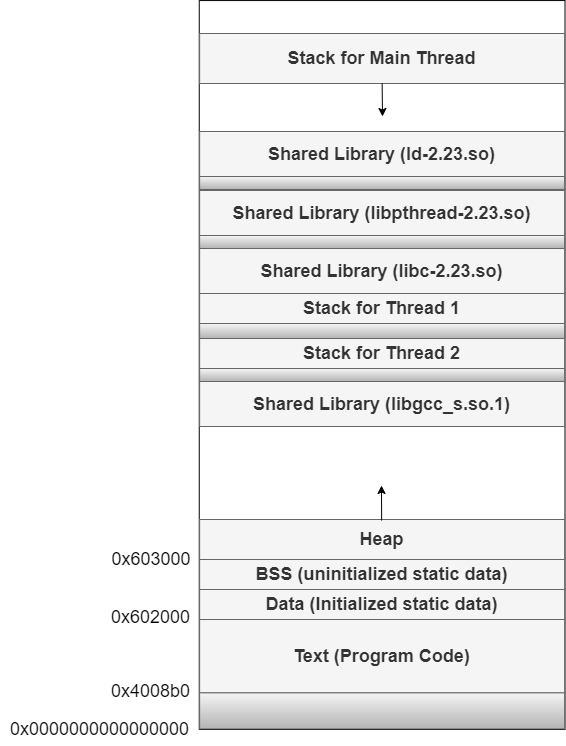
This is project1/Virtual_Memory_Layout.drawio.png from sShaAanGg/Linux-OS-projects, a draw.io export, as it was before one commit. Source tidied: cells renumbered, new cells last; positions are measured from the earlier drawing's top-left corner, leaving out a move shared by most shapes.
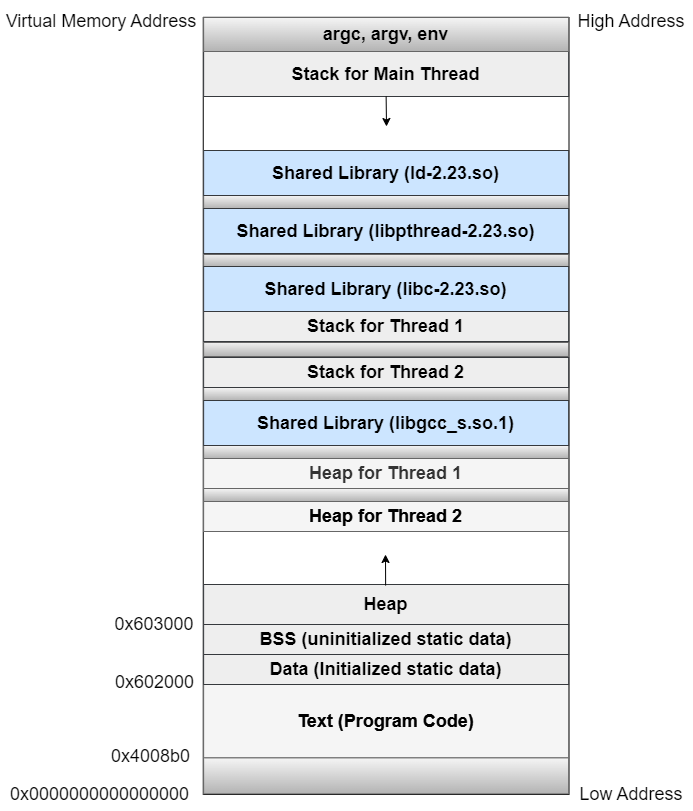
Above is the later version.

The edit, as a diff of the source:
```diff
@@ -3,78 +3,175 @@
     <mxCell id="0" />
     <mxCell id="1" parent="0" />
     <mxCell id="2" style="rounded=0;whiteSpace=wrap;html=1;rotation=90;" parent="1" vertex="1">
-      <mxGeometry x="17.2" y="148.7" width="728.9" height="365.8" as="geometry" />
+      <mxGeometry x="-22" y="190.5" width="777.2" height="365.8" as="geometry" />
     </mxCell>
     <mxCell id="3" value="&lt;h4&gt;Text (Program Code)&lt;/h4&gt;" style="text;html=1;align=center;verticalAlign=middle;whiteSpace=wrap;rounded=0;fontSize=18;fillColor=#f5f5f5;fontColor=#333333;strokeColor=#666666;" parent="1" vertex="1">
-      <mxGeometry x="199.1" y="586" width="365" height="73.4" as="geometry" />
+      <mxGeometry x="184.1" y="652" width="365" height="73.4" as="geometry" />
     </mxCell>
     <mxCell id="4" value="0x0000000000000000" style="text;html=1;strokeColor=none;fillColor=none;align=center;verticalAlign=middle;whiteSpace=wrap;rounded=0;fontFamily=Helvetica;fontSize=18;" parent="1" vertex="1">
-      <mxGeometry x="0.3" y="681" width="198.9" height="30" as="geometry" />
+      <mxGeometry x="-19.4" y="747" width="198.9" height="30" as="geometry" />
     </mxCell>
     <mxCell id="5" value="0x4008b0" style="text;html=1;strokeColor=none;fillColor=none;align=center;verticalAlign=middle;whiteSpace=wrap;rounded=0;fontFamily=Helvetica;fontSize=18;" parent="1" vertex="1">
-      <mxGeometry x="102.1" y="643" width="97" height="30" as="geometry" />
+      <mxGeometry x="82.5" y="709" width="97" height="30" as="geometry" />
     </mxCell>
-    <mxCell id="6" value="&lt;h4&gt;Stack for Main Thread&lt;/h4&gt;" style="text;html=1;align=center;verticalAlign=middle;whiteSpace=wrap;rounded=0;fontSize=18;fillColor=#f5f5f5;fontColor=#333333;strokeColor=#666666;" parent="1" vertex="1">
-      <mxGeometry x="199.1" width="365" height="50" as="geometry" />
+    <mxCell id="6" value="&lt;h4&gt;Stack for Main Thread&lt;/h4&gt;" style="text;html=1;align=center;verticalAlign=middle;whiteSpace=wrap;rounded=0;fontSize=18;fillColor=#eeeeee;strokeColor=#36393d;" parent="1" vertex="1">
+      <mxGeometry x="184.1" y="19" width="365" height="45" as="geometry" />
     </mxCell>
-    <mxCell id="7" value="&lt;h4&gt;Heap&lt;/h4&gt;" style="text;html=1;align=center;verticalAlign=middle;whiteSpace=wrap;rounded=0;fontSize=18;fillColor=#f5f5f5;fontColor=#333333;strokeColor=#666666;" parent="1" vertex="1">
-      <mxGeometry x="199.1" y="486" width="365" height="40" as="geometry" />
+    <mxCell id="7" value="&lt;h4&gt;Heap&lt;/h4&gt;" style="text;html=1;align=center;verticalAlign=middle;whiteSpace=wrap;rounded=0;fontSize=18;fillColor=#eeeeee;strokeColor=#36393d;" parent="1" vertex="1">
+      <mxGeometry x="184.1" y="552" width="365" height="40" as="geometry" />
     </mxCell>
     <mxCell id="8" style="endArrow=classic;html=1;rounded=0;fontFamily=Helvetica;fontSize=18;" parent="1" edge="1">
       <mxGeometry relative="1" as="geometry">
-        <mxPoint x="381.1" y="487" as="sourcePoint" />
-        <mxPoint x="381" y="452" as="targetPoint" />
+        <mxPoint x="366.1" y="553" as="sourcePoint" />
+        <mxPoint x="366" y="522" as="targetPoint" />
       </mxGeometry>
     </mxCell>
     <mxCell id="9" value="0x603000" style="text;html=1;strokeColor=none;fillColor=none;align=center;verticalAlign=middle;whiteSpace=wrap;rounded=0;fontFamily=Helvetica;fontSize=18;" parent="1" vertex="1">
-      <mxGeometry x="105.6" y="511" width="90" height="30" as="geometry" />
+      <mxGeometry x="89.5" y="577" width="90" height="30" as="geometry" />
     </mxCell>
-    <mxCell id="10" style="endArrow=classic;html=1;rounded=0;fontFamily=Helvetica;fontSize=18;exitX=0.5;exitY=1;exitDx=0;exitDy=0;" parent="1" edge="1" source="6">
+    <mxCell id="10" style="endArrow=classic;html=1;rounded=0;fontFamily=Helvetica;fontSize=18;exitX=0.5;exitY=1;exitDx=0;exitDy=0;" parent="1" edge="1">
       <mxGeometry relative="1" as="geometry">
-        <mxPoint x="382" y="83" as="targetPoint" />
+        <mxPoint x="366.6" y="64" as="sourcePoint" />
+        <mxPoint x="367" y="94" as="targetPoint" />
       </mxGeometry>
     </mxCell>
     <mxCell id="11" value="&lt;h4&gt;Shared Library (libgcc_s.so.1)&lt;/h4&gt;" style="text;html=1;align=center;verticalAlign=middle;whiteSpace=wrap;rounded=0;fontSize=18;fillColor=#f5f5f5;fontColor=#333333;strokeColor=#666666;" parent="1" vertex="1">
-      <mxGeometry x="199.1" y="348" width="365" height="45" as="geometry" />
+      <mxGeometry x="184.1" y="368" width="365" height="45" as="geometry" />
     </mxCell>
     <mxCell id="12" value="&lt;h4&gt;Shared Library (libc-2.23.so)&lt;br&gt;&lt;/h4&gt;" style="text;html=1;align=center;verticalAlign=middle;whiteSpace=wrap;rounded=0;fontSize=18;fillColor=#f5f5f5;fontColor=#333333;strokeColor=#666666;" parent="1" vertex="1">
-      <mxGeometry x="199.1" y="215" width="365" height="45" as="geometry" />
+      <mxGeometry x="184.1" y="234" width="365" height="45" as="geometry" />
     </mxCell>
     <mxCell id="13" value="&lt;h4&gt;Shared Library (libpthread-2.23.so)&lt;br&gt;&lt;/h4&gt;" style="text;html=1;align=center;verticalAlign=middle;whiteSpace=wrap;rounded=0;fontSize=18;fillColor=#f5f5f5;fontColor=#333333;strokeColor=#666666;" parent="1" vertex="1">
-      <mxGeometry x="199.1" y="157" width="365" height="45" as="geometry" />
+      <mxGeometry x="184.1" y="177" width="365" height="45" as="geometry" />
     </mxCell>
     <mxCell id="14" value="&lt;h4&gt;Shared Library (ld-2.23.so)&lt;br&gt;&lt;/h4&gt;" style="text;html=1;align=center;verticalAlign=middle;whiteSpace=wrap;rounded=0;fontSize=18;fillColor=#f5f5f5;fontColor=#333333;strokeColor=#666666;" parent="1" vertex="1">
-      <mxGeometry x="199.1" y="98" width="365" height="45" as="geometry" />
+      <mxGeometry x="184.1" y="118" width="365" height="45" as="geometry" />
     </mxCell>
-    <mxCell id="15" value="&lt;h4&gt;Data (Initialized static data)&lt;/h4&gt;" style="text;html=1;align=center;verticalAlign=middle;whiteSpace=wrap;rounded=0;fontSize=18;fillColor=#f5f5f5;fontColor=#333333;strokeColor=#666666;" parent="1" vertex="1">
-      <mxGeometry x="199.1" y="556" width="365" height="30" as="geometry" />
+    <mxCell id="15" value="&lt;h4&gt;Data (Initialized static data)&lt;/h4&gt;" style="text;html=1;align=center;verticalAlign=middle;whiteSpace=wrap;rounded=0;fontSize=18;fillColor=#eeeeee;strokeColor=#36393d;" parent="1" vertex="1">
+      <mxGeometry x="184.1" y="622" width="365" height="30" as="geometry" />
     </mxCell>
     <mxCell id="16" value="0x602000" style="text;html=1;strokeColor=none;fillColor=none;align=center;verticalAlign=middle;whiteSpace=wrap;rounded=0;fontFamily=Helvetica;fontSize=18;" parent="1" vertex="1">
-      <mxGeometry x="105.6" y="569" width="88.9" height="30" as="geometry" />
+      <mxGeometry x="90.6" y="635" width="88.9" height="30" as="geometry" />
     </mxCell>
     <mxCell id="17" value="&lt;h4&gt;BSS (uninitialized static data)&lt;/h4&gt;" style="text;html=1;align=center;verticalAlign=middle;whiteSpace=wrap;rounded=0;fontSize=18;fillColor=#f5f5f5;fontColor=#333333;strokeColor=#666666;" parent="1" vertex="1">
-      <mxGeometry x="199.1" y="526" width="365" height="30" as="geometry" />
+      <mxGeometry x="184.1" y="592" width="365" height="30" as="geometry" />
     </mxCell>
     <mxCell id="18" value="&lt;h4&gt;Stack for Thread 1&lt;/h4&gt;" style="text;html=1;align=center;verticalAlign=middle;whiteSpace=wrap;rounded=0;fontSize=18;fillColor=#f5f5f5;fontColor=#333333;strokeColor=#666666;" parent="1" vertex="1">
-      <mxGeometry x="199.1" y="260" width="365" height="30" as="geometry" />
+      <mxGeometry x="184.1" y="280" width="365" height="30" as="geometry" />
     </mxCell>
     <mxCell id="19" value="&lt;h4&gt;Stack for Thread 2&lt;/h4&gt;" style="text;html=1;align=center;verticalAlign=middle;whiteSpace=wrap;rounded=0;fontSize=18;fillColor=#f5f5f5;fontColor=#333333;strokeColor=#666666;" parent="1" vertex="1">
-      <mxGeometry x="199.1" y="305" width="365" height="30" as="geometry" />
+      <mxGeometry x="184.1" y="325" width="365" height="30" as="geometry" />
     </mxCell>
     <mxCell id="20" value="&lt;h4&gt;&lt;br&gt;&lt;/h4&gt;" style="text;html=1;align=center;verticalAlign=middle;whiteSpace=wrap;rounded=0;fontSize=18;fillColor=#f5f5f5;strokeColor=#666666;gradientColor=#b3b3b3;" parent="1" vertex="1">
-      <mxGeometry x="199.1" y="659.4" width="365" height="36" as="geometry" />
+      <mxGeometry x="184.1" y="725.4" width="365" height="36" as="geometry" />
     </mxCell>
     <mxCell id="21" value="&lt;h4&gt;&lt;br&gt;&lt;/h4&gt;" style="text;html=1;align=center;verticalAlign=middle;whiteSpace=wrap;rounded=0;fontSize=18;fillColor=#f5f5f5;strokeColor=#666666;gradientColor=#b3b3b3;" parent="1" vertex="1">
-      <mxGeometry x="199.1" y="335" width="365" height="13" as="geometry" />
+      <mxGeometry x="184.1" y="355" width="365" height="13" as="geometry" />
     </mxCell>
     <mxCell id="22" value="&lt;h4&gt;&lt;br&gt;&lt;/h4&gt;" style="text;html=1;align=center;verticalAlign=middle;whiteSpace=wrap;rounded=0;fontSize=18;fillColor=#f5f5f5;strokeColor=#666666;gradientColor=#b3b3b3;" parent="1" vertex="1">
-      <mxGeometry x="199.1" y="290" width="365" height="15" as="geometry" />
+      <mxGeometry x="184.1" y="309" width="365" height="15" as="geometry" />
     </mxCell>
     <mxCell id="23" value="&lt;h4&gt;&lt;br&gt;&lt;/h4&gt;" style="text;html=1;align=center;verticalAlign=middle;whiteSpace=wrap;rounded=0;fontSize=18;fillColor=#f5f5f5;strokeColor=#666666;gradientColor=#b3b3b3;" parent="1" vertex="1">
-      <mxGeometry x="199.1" y="202" width="365" height="13" as="geometry" />
+      <mxGeometry x="184.1" y="221" width="365" height="13" as="geometry" />
     </mxCell>
     <mxCell id="24" value="&lt;h4&gt;&lt;br&gt;&lt;/h4&gt;" style="text;html=1;align=center;verticalAlign=middle;whiteSpace=wrap;rounded=0;fontSize=18;fillColor=#f5f5f5;strokeColor=#666666;gradientColor=#b3b3b3;" parent="1" vertex="1">
-      <mxGeometry x="199.1" y="143" width="365" height="13" as="geometry" />
+      <mxGeometry x="184.1" y="163" width="365" height="13" as="geometry" />
     </mxCell>
+    <mxCell id="25" value="&lt;h4&gt;argc, argv, env&lt;/h4&gt;" style="text;html=1;align=center;verticalAlign=middle;whiteSpace=wrap;rounded=0;fontSize=18;fillColor=#f5f5f5;strokeColor=#666666;gradientColor=#b3b3b3;" parent="1" vertex="1">
+      <mxGeometry x="184.1" y="-15" width="365" height="34" as="geometry" />
+    </mxCell>
+    <mxCell id="26" value="&lt;h4&gt;Heap for Thread 1&lt;/h4&gt;" style="text;html=1;align=center;verticalAlign=middle;whiteSpace=wrap;rounded=0;fontSize=18;fillColor=#f5f5f5;fontColor=#333333;strokeColor=#666666;" parent="1" vertex="1">
+      <mxGeometry x="184.1" y="426" width="365" height="30" as="geometry" />
+    </mxCell>
+    <mxCell id="27" value="&lt;h4&gt;Heap for Thread 2&lt;/h4&gt;" style="text;html=1;align=center;verticalAlign=middle;whiteSpace=wrap;rounded=0;fontSize=18;fillColor=#f5f5f5;fontColor=#333333;strokeColor=#666666;" parent="1" vertex="1">
+      <mxGeometry x="184.1" y="469" width="365" height="30" as="geometry" />
+    </mxCell>
+    <mxCell id="28" value="&lt;h4&gt;&lt;br&gt;&lt;/h4&gt;" style="text;html=1;align=center;verticalAlign=middle;whiteSpace=wrap;rounded=0;fontSize=18;fillColor=#f5f5f5;strokeColor=#666666;gradientColor=#b3b3b3;" parent="1" vertex="1">
+      <mxGeometry x="184.1" y="413" width="365" height="13" as="geometry" />
+    </mxCell>
+    <mxCell id="29" value="&lt;h4&gt;&lt;br&gt;&lt;/h4&gt;" style="text;html=1;align=center;verticalAlign=middle;whiteSpace=wrap;rounded=0;fontSize=18;fillColor=#f5f5f5;strokeColor=#666666;gradientColor=#b3b3b3;" parent="1" vertex="1">
+      <mxGeometry x="184.1" y="456" width="365" height="13" as="geometry" />
+    </mxCell>
+    <mxCell id="30" value="Low Address&lt;br&gt;" style="text;html=1;strokeColor=none;fillColor=none;align=center;verticalAlign=middle;whiteSpace=wrap;rounded=0;fontFamily=Helvetica;fontSize=18;" parent="1" vertex="1">
+      <mxGeometry x="552" y="747" width="120" height="30" as="geometry" />
+    </mxCell>
+    <mxCell id="31" value="High Address" style="text;html=1;strokeColor=none;fillColor=none;align=center;verticalAlign=middle;whiteSpace=wrap;rounded=0;fontFamily=Helvetica;fontSize=18;" parent="1" vertex="1">
+      <mxGeometry x="552" y="-26" width="120" height="30" as="geometry" />
+    </mxCell>
+    <mxCell id="32" value="&lt;h4&gt;Heap for Thread 2&lt;/h4&gt;" style="text;html=1;align=center;verticalAlign=middle;whiteSpace=wrap;rounded=0;fontSize=18;" parent="1" vertex="1">
+      <mxGeometry x="184.1" y="469" width="365" height="30" as="geometry" />
+    </mxCell>
+    <mxCell id="33" value="&lt;h4&gt;Heap for Thread 1&lt;/h4&gt;" style="text;html=1;align=center;verticalAlign=middle;whiteSpace=wrap;rounded=0;fontSize=18;fillColor=#f5f5f5;strokeColor=#666666;fontColor=#333333;" parent="1" vertex="1">
+      <mxGeometry x="184.1" y="426" width="365" height="30" as="geometry" />
+    </mxCell>
+    <mxCell id="34" value="&lt;h4&gt;Shared Library (libgcc_s.so.1)&lt;/h4&gt;" style="text;html=1;align=center;verticalAlign=middle;whiteSpace=wrap;rounded=0;fontSize=18;fillColor=#cce5ff;strokeColor=#36393d;" parent="1" vertex="1">
+      <mxGeometry x="184.1" y="368" width="365" height="45" as="geometry" />
+    </mxCell>
+    <mxCell id="35" value="&lt;h4&gt;Stack for Thread 2&lt;/h4&gt;" style="text;html=1;align=center;verticalAlign=middle;whiteSpace=wrap;rounded=0;fontSize=18;fillColor=#f5f5f5;fontColor=#333333;strokeColor=#666666;" parent="1" vertex="1">
+      <mxGeometry x="184.1" y="325" width="365" height="30" as="geometry" />
+    </mxCell>
+    <mxCell id="36" value="&lt;h4&gt;Stack for Thread 1&lt;/h4&gt;" style="text;html=1;align=center;verticalAlign=middle;whiteSpace=wrap;rounded=0;fontSize=18;fillColor=#f5f5f5;fontColor=#333333;strokeColor=#666666;" parent="1" vertex="1">
+      <mxGeometry x="184.1" y="280" width="365" height="30" as="geometry" />
+    </mxCell>
+    <mxCell id="37" value="&lt;h4&gt;Shared Library (libc-2.23.so)&lt;br&gt;&lt;/h4&gt;" style="text;html=1;align=center;verticalAlign=middle;whiteSpace=wrap;rounded=0;fontSize=18;fillColor=#f5f5f5;fontColor=#333333;strokeColor=#666666;" parent="1" vertex="1">
+      <mxGeometry x="184.1" y="234" width="365" height="45" as="geometry" />
+    </mxCell>
+    <mxCell id="38" value="&lt;h4&gt;Shared Library (libpthread-2.23.so)&lt;br&gt;&lt;/h4&gt;" style="text;html=1;align=center;verticalAlign=middle;whiteSpace=wrap;rounded=0;fontSize=18;fillColor=#f5f5f5;fontColor=#333333;strokeColor=#666666;" parent="1" vertex="1">
+      <mxGeometry x="184.1" y="177" width="365" height="45" as="geometry" />
+    </mxCell>
+    <mxCell id="39" value="&lt;h4&gt;Shared Library (ld-2.23.so)&lt;br&gt;&lt;/h4&gt;" style="text;html=1;align=center;verticalAlign=middle;whiteSpace=wrap;rounded=0;fontSize=18;fillColor=#f5f5f5;fontColor=#333333;strokeColor=#666666;" parent="1" vertex="1">
+      <mxGeometry x="184.1" y="118" width="365" height="45" as="geometry" />
+    </mxCell>
+    <mxCell id="40" value="&lt;h4&gt;Shared Library (libpthread-2.23.so)&lt;br&gt;&lt;/h4&gt;" style="text;html=1;align=center;verticalAlign=middle;whiteSpace=wrap;rounded=0;fontSize=18;fillColor=#f5f5f5;fontColor=#333333;strokeColor=#666666;" parent="1" vertex="1">
+      <mxGeometry x="184.1" y="177" width="365" height="45" as="geometry" />
+    </mxCell>
+    <mxCell id="41" value="&lt;h4&gt;Shared Library (ld-2.23.so)&lt;br&gt;&lt;/h4&gt;" style="text;html=1;align=center;verticalAlign=middle;whiteSpace=wrap;rounded=0;fontSize=18;fillColor=#f5f5f5;fontColor=#333333;strokeColor=#666666;" parent="1" vertex="1">
+      <mxGeometry x="184.1" y="118" width="365" height="45" as="geometry" />
+    </mxCell>
+    <mxCell id="42" value="&lt;h4&gt;Shared Library (libpthread-2.23.so)&lt;br&gt;&lt;/h4&gt;" style="text;html=1;align=center;verticalAlign=middle;whiteSpace=wrap;rounded=0;fontSize=18;fillColor=#f5f5f5;fontColor=#333333;strokeColor=#666666;" parent="1" vertex="1">
+      <mxGeometry x="184.1" y="177" width="365" height="45" as="geometry" />
+    </mxCell>
+    <mxCell id="43" value="&lt;h4&gt;Shared Library (ld-2.23.so)&lt;br&gt;&lt;/h4&gt;" style="text;html=1;align=center;verticalAlign=middle;whiteSpace=wrap;rounded=0;fontSize=18;" parent="1" vertex="1">
+      <mxGeometry x="184.1" y="118" width="365" height="45" as="geometry" />
+    </mxCell>
+    <mxCell id="44" value="&lt;h4&gt;Shared Library (libpthread-2.23.so)&lt;br&gt;&lt;/h4&gt;" style="text;html=1;align=center;verticalAlign=middle;whiteSpace=wrap;rounded=0;fontSize=18;" parent="1" vertex="1">
+      <mxGeometry x="184.1" y="177" width="365" height="45" as="geometry" />
+    </mxCell>
+    <mxCell id="45" value="&lt;h4&gt;Stack for Thread 2&lt;/h4&gt;" style="text;html=1;align=center;verticalAlign=middle;whiteSpace=wrap;rounded=0;fontSize=18;fillColor=#f5f5f5;fontColor=#333333;strokeColor=#666666;" parent="1" vertex="1">
+      <mxGeometry x="184.1" y="325" width="365" height="30" as="geometry" />
+    </mxCell>
+    <mxCell id="46" value="&lt;h4&gt;Shared Library (libc-2.23.so)&lt;br&gt;&lt;/h4&gt;" style="text;html=1;align=center;verticalAlign=middle;whiteSpace=wrap;rounded=0;fontSize=18;fillColor=#cce5ff;strokeColor=#36393d;" parent="1" vertex="1">
+      <mxGeometry x="184.1" y="234" width="365" height="45" as="geometry" />
+    </mxCell>
+    <mxCell id="47" value="&lt;h4&gt;Stack for Thread 1&lt;/h4&gt;" style="text;html=1;align=center;verticalAlign=middle;whiteSpace=wrap;rounded=0;fontSize=18;fillColor=#eeeeee;strokeColor=#36393d;" parent="1" vertex="1">
+      <mxGeometry x="184.1" y="280" width="365" height="30" as="geometry" />
+    </mxCell>
+    <mxCell id="48" value="&lt;h4&gt;Stack for Thread 2&lt;/h4&gt;" style="text;html=1;align=center;verticalAlign=middle;whiteSpace=wrap;rounded=0;fontSize=18;fillColor=#eeeeee;strokeColor=#36393d;" parent="1" vertex="1">
+      <mxGeometry x="184.1" y="325" width="365" height="30" as="geometry" />
+    </mxCell>
+    <mxCell id="49" value="&lt;h4&gt;BSS (uninitialized static data)&lt;/h4&gt;" style="text;html=1;align=center;verticalAlign=middle;whiteSpace=wrap;rounded=0;fontSize=18;fillColor=#f5f5f5;fontColor=#333333;strokeColor=#666666;" parent="1" vertex="1">
+      <mxGeometry x="184.1" y="592" width="365" height="30" as="geometry" />
+    </mxCell>
+    <mxCell id="50" value="&lt;h4&gt;Shared Library (ld-2.23.so)&lt;br&gt;&lt;/h4&gt;" style="text;html=1;align=center;verticalAlign=middle;whiteSpace=wrap;rounded=0;fontSize=18;" parent="1" vertex="1">
+      <mxGeometry x="184.1" y="118" width="365" height="45" as="geometry" />
+    </mxCell>
+    <mxCell id="51" value="&lt;h4&gt;Shared Library (libpthread-2.23.so)&lt;br&gt;&lt;/h4&gt;" style="text;html=1;align=center;verticalAlign=middle;whiteSpace=wrap;rounded=0;fontSize=18;" parent="1" vertex="1">
+      <mxGeometry x="184.1" y="177" width="365" height="45" as="geometry" />
+    </mxCell>
+    <mxCell id="52" value="&lt;h4&gt;Shared Library (ld-2.23.so)&lt;br&gt;&lt;/h4&gt;" style="text;html=1;align=center;verticalAlign=middle;whiteSpace=wrap;rounded=0;fontSize=18;fillColor=#cce5ff;strokeColor=#36393d;" parent="1" vertex="1">
+      <mxGeometry x="184.1" y="118" width="365" height="45" as="geometry" />
+    </mxCell>
+    <mxCell id="53" value="&lt;h4&gt;Shared Library (libpthread-2.23.so)&lt;br&gt;&lt;/h4&gt;" style="text;html=1;align=center;verticalAlign=middle;whiteSpace=wrap;rounded=0;fontSize=18;fillColor=#cce5ff;strokeColor=#36393d;" parent="1" vertex="1">
+      <mxGeometry x="184.1" y="176" width="365" height="45" as="geometry" />
+    </mxCell>
+    <mxCell id="54" value="Virtual Memory Address" style="text;html=1;strokeColor=none;fillColor=none;align=center;verticalAlign=middle;whiteSpace=wrap;rounded=0;fontFamily=Helvetica;fontSize=18;" parent="1" vertex="1">
+      <mxGeometry x="-16" y="-26" width="195.5" height="30" as="geometry" />
+    </mxCell>
+    <mxCell id="55" value="&lt;h4&gt;Text (Program Code)&lt;/h4&gt;" style="text;html=1;align=center;verticalAlign=middle;whiteSpace=wrap;rounded=0;fontSize=18;" parent="1" vertex="1">
+      <mxGeometry x="184.1" y="652" width="365" height="73.4" as="geometry" />
+    </mxCell>
+    <mxCell id="56" value="&lt;h4&gt;BSS (uninitialized static data)&lt;/h4&gt;" style="text;html=1;align=center;verticalAlign=middle;whiteSpace=wrap;rounded=0;fontSize=18;fillColor=#eeeeee;strokeColor=#36393d;" parent="1" vertex="1">
+      <mxGeometry x="184.1" y="592" width="365" height="30" as="geometry" />
+    </mxCell>
   </root>
 </mxGraphModel>
```
